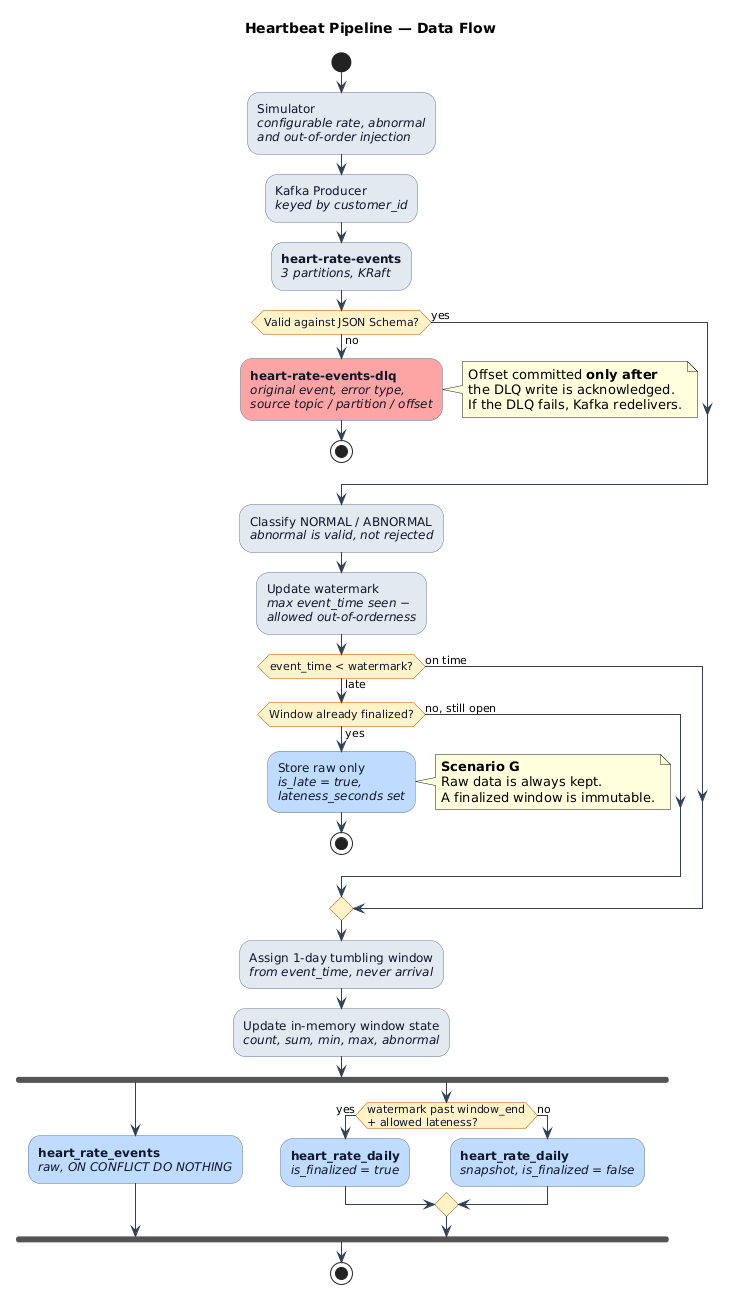
Earlier version of the PlantUML export docs/dataflow.png (fmukama/customer-heart-beat-monitoring-system). Source of this version:
```plantuml
@startuml dataflow
title Heartbeat Pipeline — Data Flow

skinparam backgroundColor #FFFFFF
skinparam defaultFontName Helvetica
skinparam ArrowColor #334155
skinparam shadowing false

skinparam activity {
  BackgroundColor #E2E8F0
  BorderColor #64748B
  FontColor #0F172A
  DiamondBackgroundColor #FEF3C7
  DiamondBorderColor #B45309
}

start

:Simulator
//configurable rate, abnormal//
//and out-of-order injection//;

:Kafka Producer
//keyed by customer_id//;

:**heart-rate-events**
//3 partitions, KRaft//;

if (Valid against JSON Schema?) then (no)
  :**heart-rate-events-dlq**
  //original event, error type,//
  //source topic / partition / offset//; <<#FCA5A5>>
  note right
    Offset committed **only after**
    the DLQ write is acknowledged.
    If the DLQ fails, Kafka redelivers.
  end note
  stop
else (yes)
endif

:Classify NORMAL / ABNORMAL
//abnormal is valid, not rejected//;

:Update watermark
//max event_time seen −//
//allowed out-of-orderness//;

if (event_time < watermark?) then (late)
  if (Window already finalized?) then (yes)
    :Store raw only
    //is_late = true,//
    //lateness_seconds set//; <<#BFDBFE>>
    note right
      **Scenario G**
      Raw data is always kept.
      A finalized window is immutable.
    end note
    stop
  else (no, still open)
  endif
else (on time)
endif

:Assign 1-day tumbling window
//from event_time, never arrival//;

:Update in-memory window state
//count, sum, min, max, abnormal//;

fork
  :**heart_rate_events**
  //raw, ON CONFLICT DO NOTHING//; <<#BFDBFE>>
fork again
  if (watermark past window_end\n+ allowed lateness?) then (yes)
    :**heart_rate_daily**
    //is_finalized = true//; <<#BFDBFE>>
  else (no)
    :**heart_rate_daily**
    //snapshot, is_finalized = false//; <<#BFDBFE>>
  endif
end fork

stop

@enduml
```
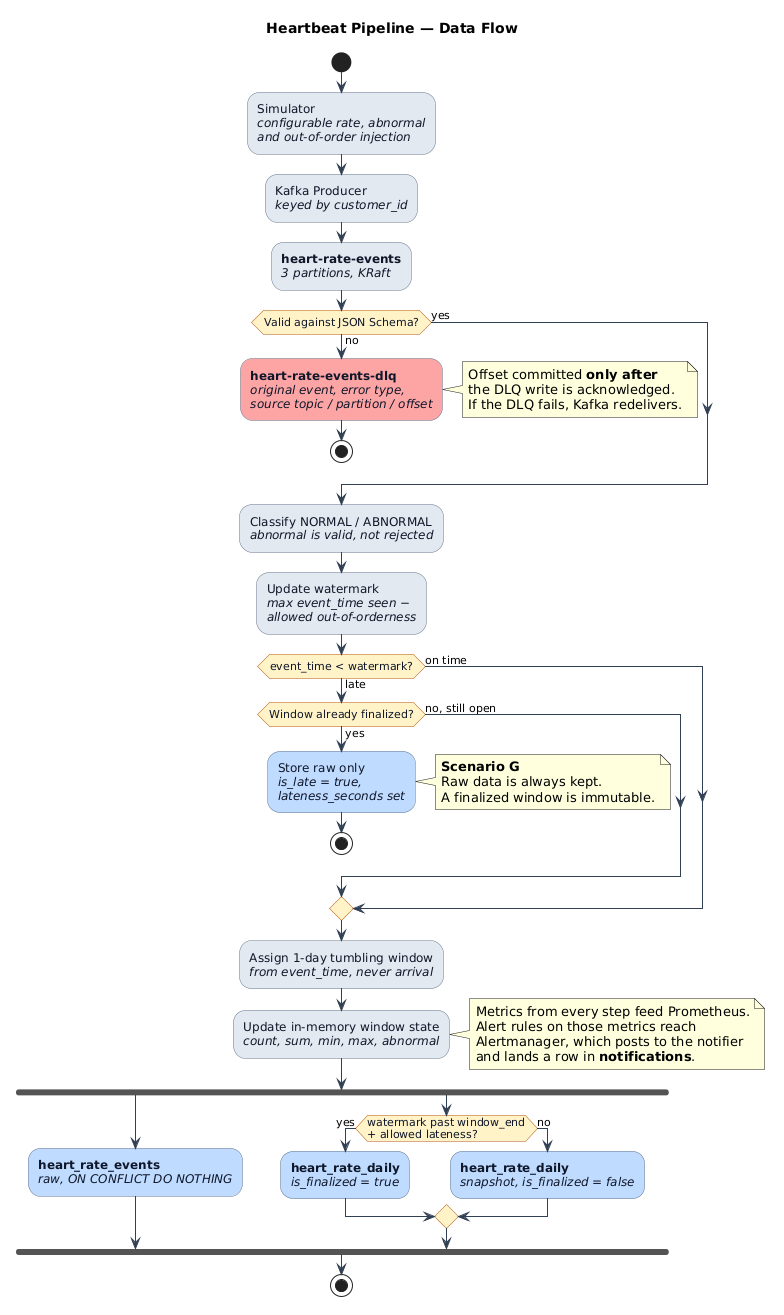
After the commit.

Change to the diagram source:
```diff
@@ -68,6 +68,13 @@
 :Update in-memory window state
 //count, sum, min, max, abnormal//;
 
+note right
+  Metrics from every step feed Prometheus.
+  Alert rules on those metrics reach
+  Alertmanager, which posts to the notifier
+  and lands a row in **notifications**.
+end note
+
 fork
   :**heart_rate_events**
   //raw, ON CONFLICT DO NOTHING//; <<#BFDBFE>>
```
